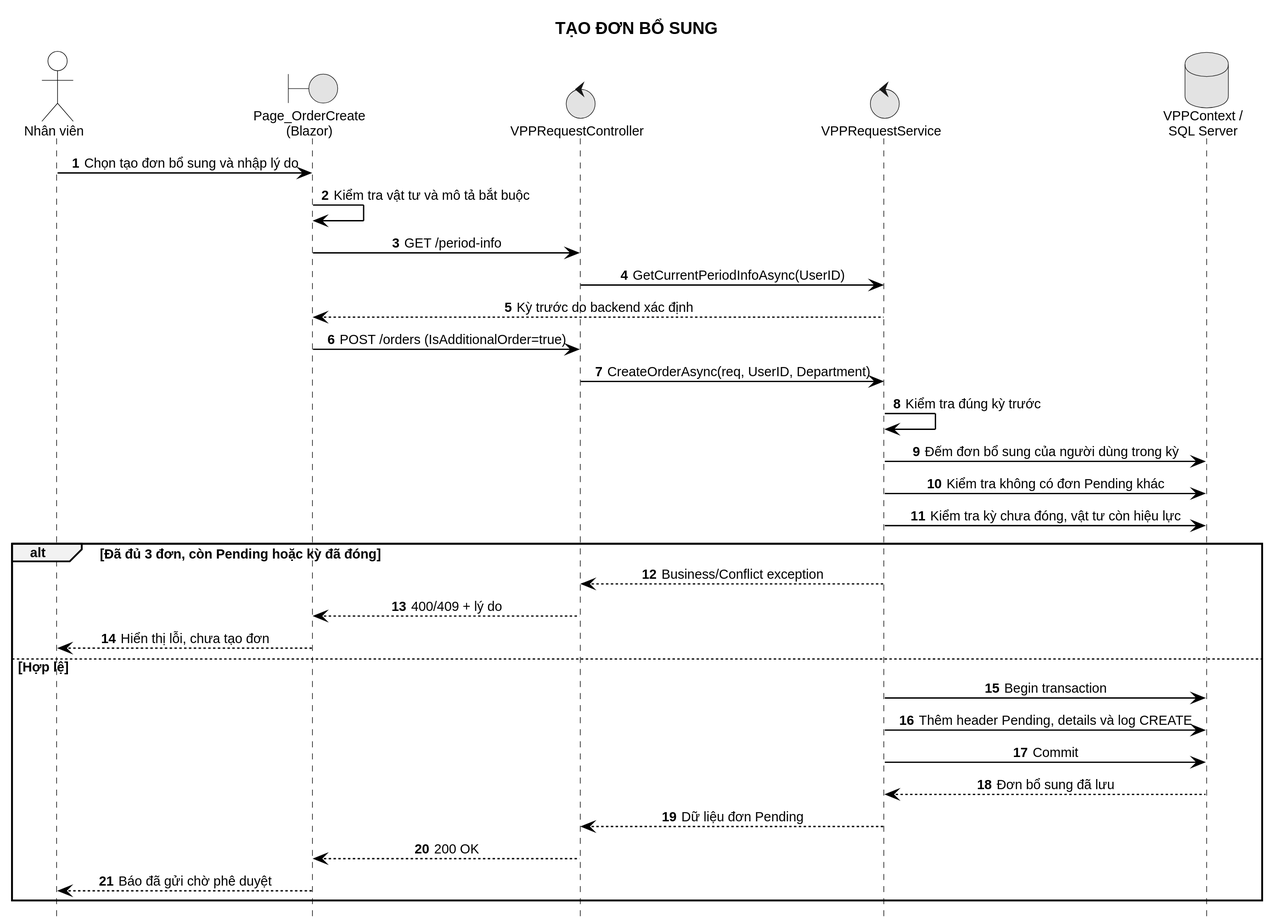
Miikey24s/gtas_vpp keeps this PlantUML diagram as LVTN/diagrams/ch03/sequence-create-additional-request.svg. Above is the earlier version. The source it was exported from:
```plantuml
@startuml
!include ../common/sequence-style.puml
title TẠO ĐƠN BỔ SUNG

actor "Nhân viên" as User
boundary "Page_OrderCreate\n(Blazor)" as FE
control "VPPRequestController" as API
control "VPPRequestService" as Service
database "VPPContext /\nSQL Server" as DB

User -> FE : Chọn tạo đơn bổ sung và nhập lý do
FE -> FE : Kiểm tra vật tư và mô tả bắt buộc
FE -> API : GET /period-info
API -> Service : GetCurrentPeriodInfoAsync(UserID)
Service --> FE : Kỳ trước do backend xác định
FE -> API : POST /orders (IsAdditionalOrder=true)
API -> Service : CreateOrderAsync(req, UserID, Department)
Service -> Service : Kiểm tra đúng kỳ trước
Service -> DB : Đếm đơn bổ sung của người dùng trong kỳ
Service -> DB : Kiểm tra không có đơn Pending khác
Service -> DB : Kiểm tra kỳ chưa đóng, vật tư còn hiệu lực

alt Đã đủ 3 đơn, còn Pending hoặc kỳ đã đóng
  Service --> API : Business/Conflict exception
  API --> FE : 400/409 + lý do
  FE --> User : Hiển thị lỗi, chưa tạo đơn
else Hợp lệ
  Service -> DB : Begin transaction
  Service -> DB : Thêm header Pending, details và log CREATE
  Service -> DB : Commit
  DB --> Service : Đơn bổ sung đã lưu
  Service --> API : Dữ liệu đơn Pending
  API --> FE : 200 OK
  FE --> User : Báo đã gửi chờ phê duyệt
end
@enduml
```
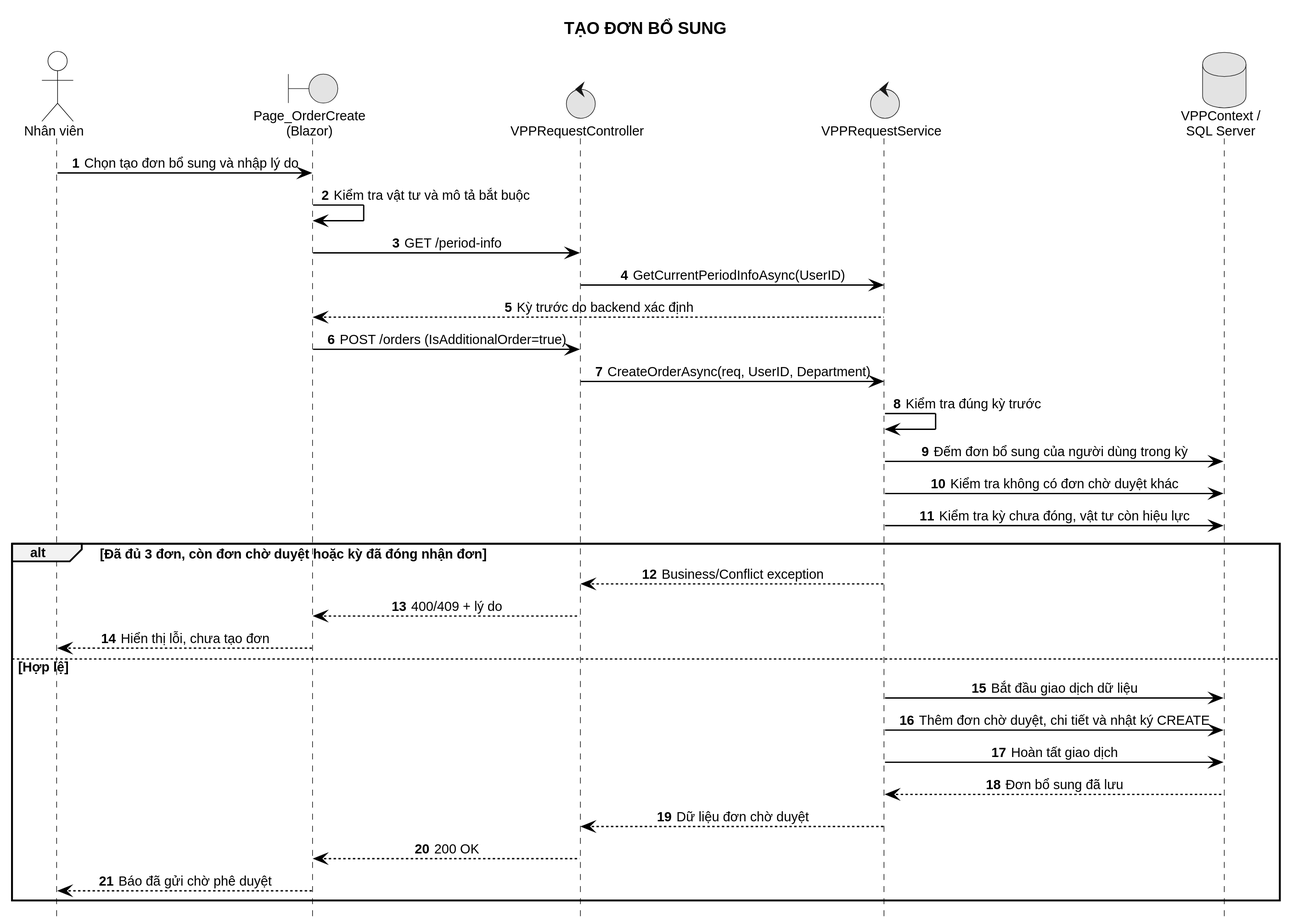
Later version of the same file.

Change to the diagram source:
```diff
@@ -17,19 +17,19 @@
 API -> Service : CreateOrderAsync(req, UserID, Department)
 Service -> Service : Kiểm tra đúng kỳ trước
 Service -> DB : Đếm đơn bổ sung của người dùng trong kỳ
-Service -> DB : Kiểm tra không có đơn Pending khác
+Service -> DB : Kiểm tra không có đơn chờ duyệt khác
 Service -> DB : Kiểm tra kỳ chưa đóng, vật tư còn hiệu lực
 
-alt Đã đủ 3 đơn, còn Pending hoặc kỳ đã đóng
+alt Đã đủ 3 đơn, còn đơn chờ duyệt hoặc kỳ đã đóng nhận đơn
   Service --> API : Business/Conflict exception
   API --> FE : 400/409 + lý do
   FE --> User : Hiển thị lỗi, chưa tạo đơn
 else Hợp lệ
-  Service -> DB : Begin transaction
-  Service -> DB : Thêm header Pending, details và log CREATE
-  Service -> DB : Commit
+  Service -> DB : Bắt đầu giao dịch dữ liệu
+  Service -> DB : Thêm đơn chờ duyệt, chi tiết và nhật ký CREATE
+  Service -> DB : Hoàn tất giao dịch
   DB --> Service : Đơn bổ sung đã lưu
-  Service --> API : Dữ liệu đơn Pending
+  Service --> API : Dữ liệu đơn chờ duyệt
   API --> FE : 200 OK
   FE --> User : Báo đã gửi chờ phê duyệt
 end
```
